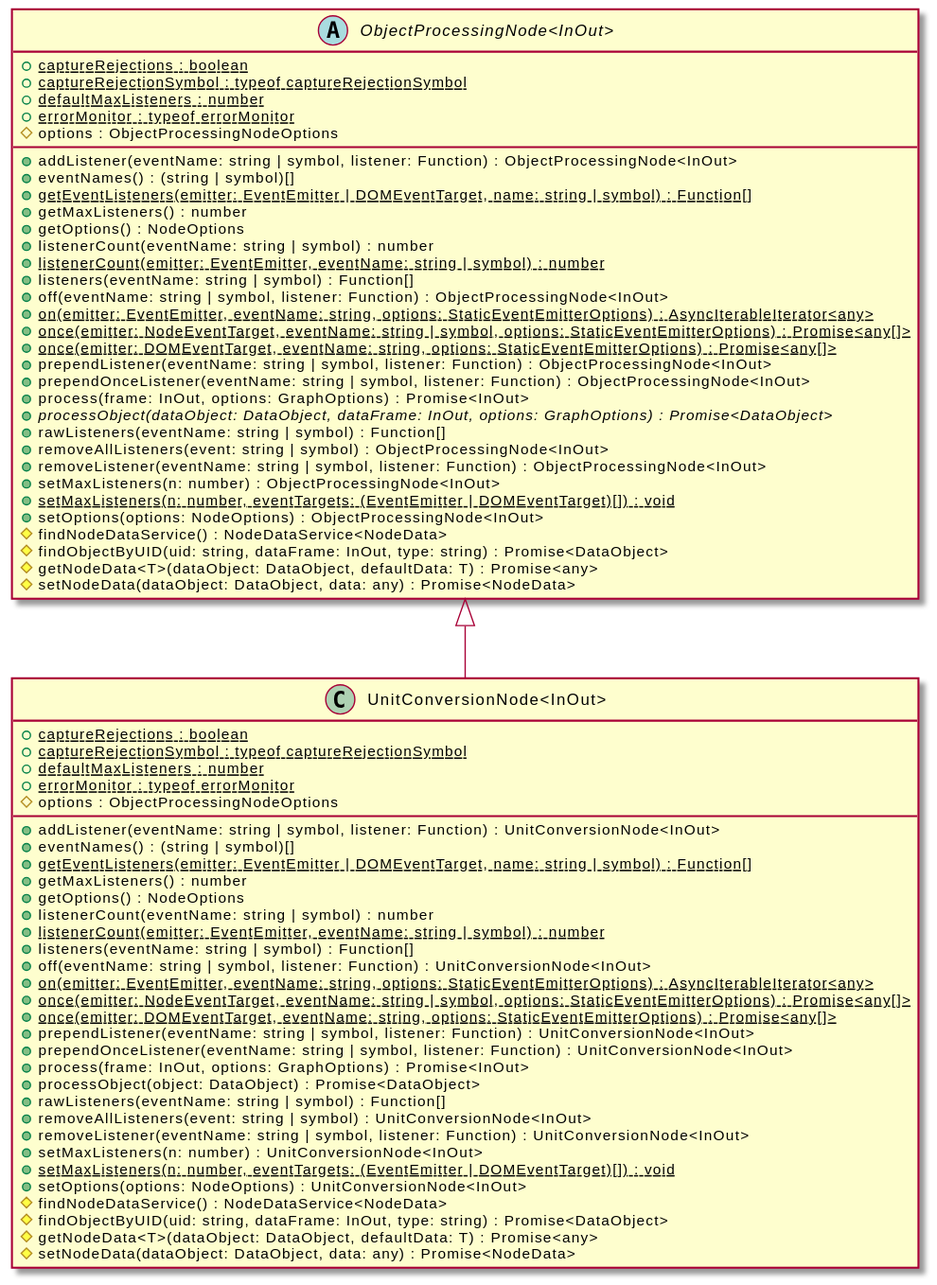
Before: assets/UnitConversionNode-umlClassDiagram-11303.svg, a diagram exported from PlantUML (OpenHPS/openhps-core).
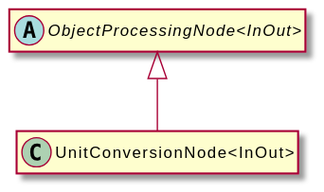
Above is the later version.

Change to the diagram source:
```diff
@@ -3,70 +3,8 @@
 hide empty methods
 hide empty fields
 class "UnitConversionNode<InOut>" {
-    {static} +captureRejections : boolean
-    {static} +captureRejectionSymbol : typeof captureRejectionSymbol
-    {static} +defaultMaxListeners : number
-    {static} +errorMonitor : typeof errorMonitor
-    #options : ObjectProcessingNodeOptions
-    +addListener(eventName: string | symbol, listener: Function) : UnitConversionNode<InOut>
-    +eventNames() : (string | symbol)[]
-    {static} +getEventListeners(emitter: EventEmitter | DOMEventTarget, name: string | symbol) : Function[]
-    +getMaxListeners() : number
-    +getOptions() : NodeOptions
-    +listenerCount(eventName: string | symbol) : number
-    {static} +listenerCount(emitter: EventEmitter, eventName: string | symbol) : number
-    +listeners(eventName: string | symbol) : Function[]
-    +off(eventName: string | symbol, listener: Function) : UnitConversionNode<InOut>
-    {static} +on(emitter: EventEmitter, eventName: string, options: StaticEventEmitterOptions) : AsyncIterableIterator<any>
-    {static} +once(emitter: NodeEventTarget, eventName: string | symbol, options: StaticEventEmitterOptions) : Promise<any[]>
-    {static} +once(emitter: DOMEventTarget, eventName: string, options: StaticEventEmitterOptions) : Promise<any[]>
-    +prependListener(eventName: string | symbol, listener: Function) : UnitConversionNode<InOut>
-    +prependOnceListener(eventName: string | symbol, listener: Function) : UnitConversionNode<InOut>
-    +process(frame: InOut, options: GraphOptions) : Promise<InOut>
-    +processObject(object: DataObject) : Promise<DataObject>
-    +rawListeners(eventName: string | symbol) : Function[]
-    +removeAllListeners(event: string | symbol) : UnitConversionNode<InOut>
-    +removeListener(eventName: string | symbol, listener: Function) : UnitConversionNode<InOut>
-    +setMaxListeners(n: number) : UnitConversionNode<InOut>
-    {static} +setMaxListeners(n: number, eventTargets: (EventEmitter | DOMEventTarget)[]) : void
-    +setOptions(options: NodeOptions) : UnitConversionNode<InOut>
-    #findNodeDataService() : NodeDataService<NodeData>
-    #findObjectByUID(uid: string, dataFrame: InOut, type: string) : Promise<DataObject>
-    #getNodeData<T>(dataObject: DataObject, defaultData: T) : Promise<any>
-    #setNodeData(dataObject: DataObject, data: any) : Promise<NodeData>
 }
 abstract class "ObjectProcessingNode<InOut>" {
-    {static} +captureRejections : boolean
-    {static} +captureRejectionSymbol : typeof captureRejectionSymbol
-    {static} +defaultMaxListeners : number
-    {static} +errorMonitor : typeof errorMonitor
-    #options : ObjectProcessingNodeOptions
-    +addListener(eventName: string | symbol, listener: Function) : ObjectProcessingNode<InOut>
-    +eventNames() : (string | symbol)[]
-    {static} +getEventListeners(emitter: EventEmitter | DOMEventTarget, name: string | symbol) : Function[]
-    +getMaxListeners() : number
-    +getOptions() : NodeOptions
-    +listenerCount(eventName: string | symbol) : number
-    {static} +listenerCount(emitter: EventEmitter, eventName: string | symbol) : number
-    +listeners(eventName: string | symbol) : Function[]
-    +off(eventName: string | symbol, listener: Function) : ObjectProcessingNode<InOut>
-    {static} +on(emitter: EventEmitter, eventName: string, options: StaticEventEmitterOptions) : AsyncIterableIterator<any>
-    {static} +once(emitter: NodeEventTarget, eventName: string | symbol, options: StaticEventEmitterOptions) : Promise<any[]>
-    {static} +once(emitter: DOMEventTarget, eventName: string, options: StaticEventEmitterOptions) : Promise<any[]>
-    +prependListener(eventName: string | symbol, listener: Function) : ObjectProcessingNode<InOut>
-    +prependOnceListener(eventName: string | symbol, listener: Function) : ObjectProcessingNode<InOut>
-    +process(frame: InOut, options: GraphOptions) : Promise<InOut>
-    {abstract} +processObject(dataObject: DataObject, dataFrame: InOut, options: GraphOptions) : Promise<DataObject>
-    +rawListeners(eventName: string | symbol) : Function[]
-    +removeAllListeners(event: string | symbol) : ObjectProcessingNode<InOut>
-    +removeListener(eventName: string | symbol, listener: Function) : ObjectProcessingNode<InOut>
-    +setMaxListeners(n: number) : ObjectProcessingNode<InOut>
-    {static} +setMaxListeners(n: number, eventTargets: (EventEmitter | DOMEventTarget)[]) : void
-    +setOptions(options: NodeOptions) : ObjectProcessingNode<InOut>
-    #findNodeDataService() : NodeDataService<NodeData>
-    #findObjectByUID(uid: string, dataFrame: InOut, type: string) : Promise<DataObject>
-    #getNodeData<T>(dataObject: DataObject, defaultData: T) : Promise<any>
-    #setNodeData(dataObject: DataObject, data: any) : Promise<NodeData>
 }
 "ObjectProcessingNode<InOut>" <|-- "UnitConversionNode<InOut>"
 @enduml
```
